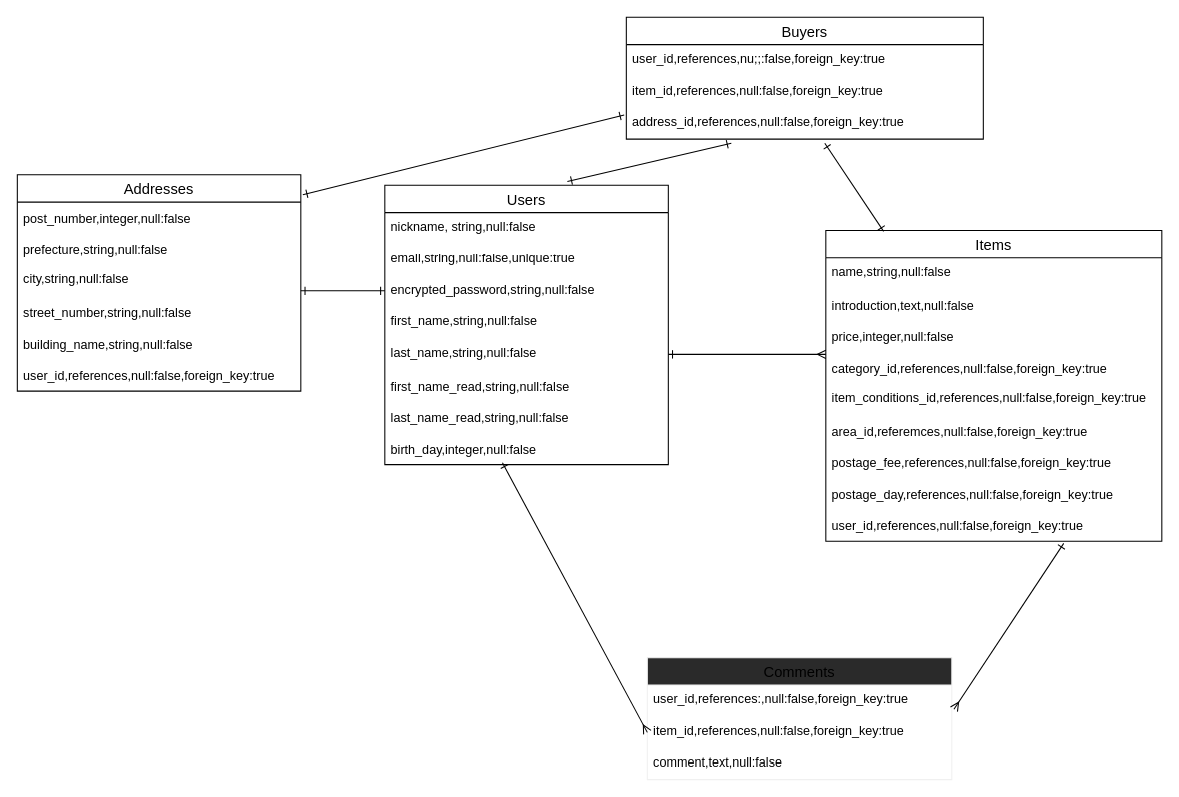
KojiDB/furima-37163 keeps this draw.io diagram as ER.dio. Above is the earlier version. Source tidied: cells renumbered, new cells numbered last; positions are measured from the earlier drawing's top-left corner, leaving out a move shared by most shapes. Both pictures are drawn from the tidied source at 105%, with x=0, y=0 at pixel (17, 17).
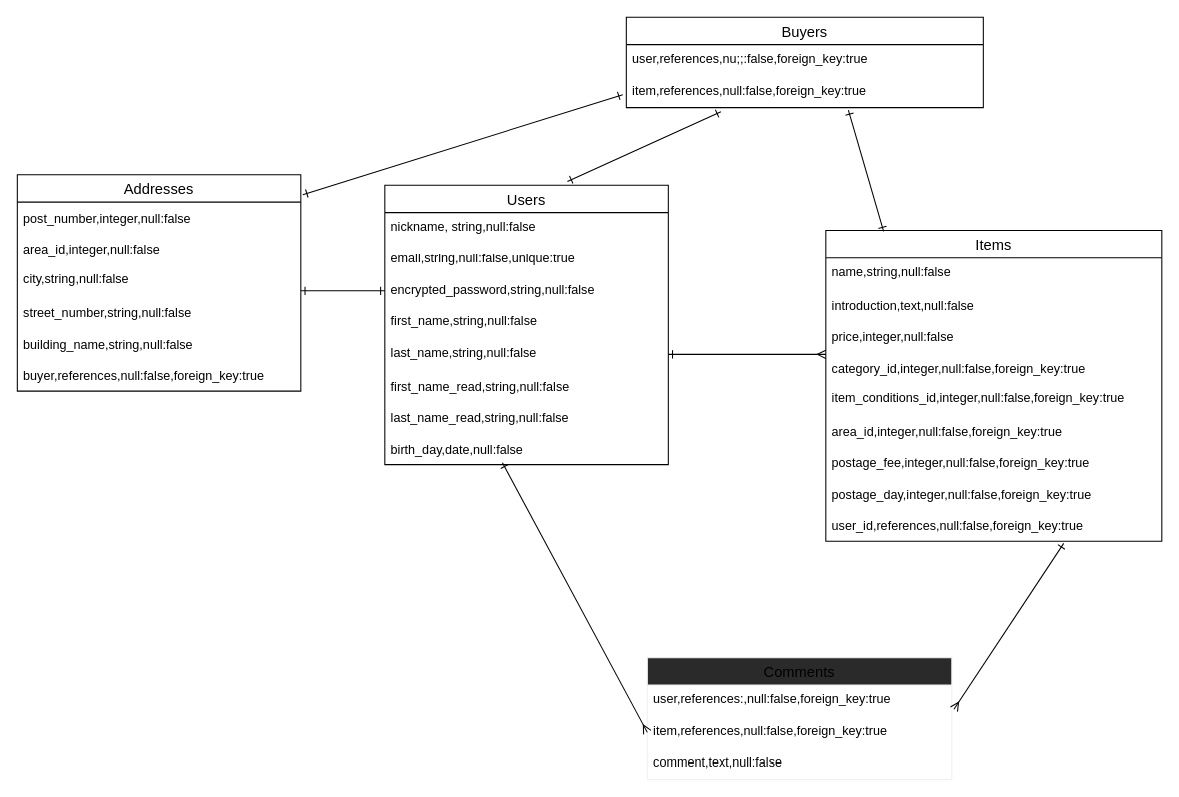
Above is the later version.

Unchanged cells that the change refers to:
```xml
<mxCell id="2" value="Users" style="swimlane;fontStyle=0;horizontal=1;startSize=26;align=center;fontSize=14;direction=east;" parent="1" vertex="1">
  <mxGeometry x="350" y="160" width="270" height="266" as="geometry" />
</mxCell>
<mxCell id="12" value="Items" style="swimlane;fontStyle=0;horizontal=1;startSize=26;align=center;fontSize=14;" parent="1" vertex="1">
  <mxGeometry x="770" y="203" width="320" height="296" as="geometry" />
</mxCell>
<mxCell id="22" value="Addresses" style="swimlane;fontStyle=0;horizontal=1;startSize=26;align=center;fontSize=14;" parent="1" vertex="1">
  <mxGeometry y="150" width="270" height="206" as="geometry" />
</mxCell>
<mxCell id="29" value="Comments" style="swimlane;fontStyle=0;horizontal=1;startSize=26;align=center;fontSize=14;strokeColor=#f0f0f0;fillColor=#2a2a2a;" parent="1" vertex="1">
  <mxGeometry x="600" y="610" width="290" height="116" as="geometry" />
</mxCell>
```

What changed in the source:
```diff
@@
-    <mxCell id="11" value="birth_day,integer,null:false" style="text;strokeColor=none;fillColor=none;spacingLeft=4;spacingRight=4;overflow=hidden;points=[[0,0.5],[1,0.5]];portConstraint=eastwest;fontSize=12;align=left;verticalAlign=middle;" parent="2" vertex="1">
+    <mxCell id="11" value="birth_day,date,null:false" style="text;strokeColor=none;fillColor=none;spacingLeft=4;spacingRight=4;overflow=hidden;points=[[0,0.5],[1,0.5]];portConstraint=eastwest;fontSize=12;align=left;verticalAlign=middle;" parent="2" vertex="1">
       <mxGeometry y="236" width="270" height="30" as="geometry" />
     </mxCell>
@@
-    <mxCell id="16" value="category_id,references,null:false,foreign_key:true" style="text;strokeColor=none;fillColor=none;spacingLeft=4;spacingRight=4;overflow=hidden;fontSize=12;align=left;verticalAlign=middle;" parent="12" vertex="1">
+    <mxCell id="16" value="category_id,integer,null:false,foreign_key:true" style="text;strokeColor=none;fillColor=none;spacingLeft=4;spacingRight=4;overflow=hidden;fontSize=12;align=left;verticalAlign=middle;" parent="12" vertex="1">
       <mxGeometry y="116" width="320" height="30" as="geometry" />
     </mxCell>
-    <mxCell id="17" value="item_conditions_id,references,null:false,foreign_key:true" style="text;strokeColor=none;fillColor=none;spacingLeft=4;spacingRight=4;overflow=hidden;fontSize=12;" parent="12" vertex="1">
+    <mxCell id="17" value="item_conditions_id,integer,null:false,foreign_key:true" style="text;strokeColor=none;fillColor=none;spacingLeft=4;spacingRight=4;overflow=hidden;fontSize=12;" parent="12" vertex="1">
       <mxGeometry y="146" width="320" height="30" as="geometry" />
     </mxCell>
-    <mxCell id="18" value="area_id,referemces,null:false,foreign_key:true" style="text;strokeColor=none;fillColor=none;spacingLeft=4;spacingRight=4;overflow=hidden;fontSize=12;align=left;verticalAlign=middle;" parent="12" vertex="1">
+    <mxCell id="18" value="area_id,integer,null:false,foreign_key:true" style="text;strokeColor=none;fillColor=none;spacingLeft=4;spacingRight=4;overflow=hidden;fontSize=12;align=left;verticalAlign=middle;" parent="12" vertex="1">
       <mxGeometry y="176" width="320" height="30" as="geometry" />
     </mxCell>
-    <mxCell id="19" value="postage_fee,references,null:false,foreign_key:true" style="text;strokeColor=none;fillColor=none;spacingLeft=4;spacingRight=4;overflow=hidden;fontSize=12;align=left;verticalAlign=middle;" parent="12" vertex="1">
+    <mxCell id="19" value="postage_fee,integer,null:false,foreign_key:true" style="text;strokeColor=none;fillColor=none;spacingLeft=4;spacingRight=4;overflow=hidden;fontSize=12;align=left;verticalAlign=middle;" parent="12" vertex="1">
       <mxGeometry y="206" width="320" height="30" as="geometry" />
     </mxCell>
-    <mxCell id="20" value="postage_day,references,null:false,foreign_key:true" style="text;strokeColor=none;fillColor=none;spacingLeft=4;spacingRight=4;overflow=hidden;fontSize=12;align=left;verticalAlign=middle;" parent="12" vertex="1">
+    <mxCell id="20" value="postage_day,integer,null:false,foreign_key:true" style="text;strokeColor=none;fillColor=none;spacingLeft=4;spacingRight=4;overflow=hidden;fontSize=12;align=left;verticalAlign=middle;" parent="12" vertex="1">
       <mxGeometry y="236" width="320" height="30" as="geometry" />
     </mxCell>
@@
-    <mxCell id="24" value="prefecture,string,null:false" style="text;strokeColor=none;fillColor=none;spacingLeft=4;spacingRight=4;overflow=hidden;fontSize=12;align=left;verticalAlign=middle;" parent="22" vertex="1">
+    <mxCell id="24" value="area_id,integer,null:false" style="text;strokeColor=none;fillColor=none;spacingLeft=4;spacingRight=4;overflow=hidden;fontSize=12;align=left;verticalAlign=middle;" parent="22" vertex="1">
       <mxGeometry y="56" width="270" height="30" as="geometry" />
     </mxCell>
@@
-    <mxCell id="28" value="user_id,references,null:false,foreign_key:true" style="text;strokeColor=none;fillColor=none;spacingLeft=4;spacingRight=4;overflow=hidden;fontSize=12;align=left;verticalAlign=middle;" parent="22" vertex="1">
+    <mxCell id="28" value="buyer,references,null:false,foreign_key:true" style="text;strokeColor=none;fillColor=none;spacingLeft=4;spacingRight=4;overflow=hidden;fontSize=12;align=left;verticalAlign=middle;" parent="22" vertex="1">
       <mxGeometry y="176" width="270" height="30" as="geometry" />
     </mxCell>
@@
-    <mxCell id="30" value="user_id,references:,null:false,foreign_key:true" style="text;strokeColor=none;fillColor=none;spacingLeft=4;spacingRight=4;overflow=hidden;points=[[0,0.5],[1,0.5]];portConstraint=eastwest;fontSize=12;" parent="29" vertex="1">
+    <mxCell id="30" value="user,references:,null:false,foreign_key:true" style="text;strokeColor=none;fillColor=none;spacingLeft=4;spacingRight=4;overflow=hidden;points=[[0,0.5],[1,0.5]];portConstraint=eastwest;fontSize=12;" parent="29" vertex="1">
       <mxGeometry y="26" width="290" height="30" as="geometry" />
     </mxCell>
-    <mxCell id="31" value="item_id,references,null:false,foreign_key:true" style="text;strokeColor=none;fillColor=none;spacingLeft=4;spacingRight=4;overflow=hidden;points=[[0,0.5],[1,0.5]];portConstraint=eastwest;fontSize=12;" parent="29" vertex="1">
+    <mxCell id="31" value="item,references,null:false,foreign_key:true" style="text;strokeColor=none;fillColor=none;spacingLeft=4;spacingRight=4;overflow=hidden;points=[[0,0.5],[1,0.5]];portConstraint=eastwest;fontSize=12;" parent="29" vertex="1">
       <mxGeometry y="56" width="290" height="30" as="geometry" />
     </mxCell>
@@
     <mxCell id="36" value="Buyers" style="swimlane;fontStyle=0;horizontal=1;startSize=26;align=center;fontSize=14;" parent="1" vertex="1">
-      <mxGeometry x="580" width="340" height="116" as="geometry" />
+      <mxGeometry x="580" width="340" height="86" as="geometry" />
     </mxCell>
-    <mxCell id="37" value="user_id,references,nu;;:false,foreign_key:true" style="text;strokeColor=none;fillColor=none;spacingLeft=4;spacingRight=4;overflow=hidden;fontSize=12;" parent="36" vertex="1">
+    <mxCell id="37" value="user,references,nu;;:false,foreign_key:true" style="text;strokeColor=none;fillColor=none;spacingLeft=4;spacingRight=4;overflow=hidden;fontSize=12;" parent="36" vertex="1">
       <mxGeometry y="26" width="340" height="30" as="geometry" />
     </mxCell>
-    <mxCell id="38" value="item_id,references,null:false,foreign_key:true" style="text;strokeColor=none;fillColor=none;spacingLeft=4;spacingRight=4;overflow=hidden;points=[[0,0.5],[1,0.5]];portConstraint=eastwest;fontSize=12;" parent="36" vertex="1">
+    <mxCell id="38" value="item,references,null:false,foreign_key:true" style="text;strokeColor=none;fillColor=none;spacingLeft=4;spacingRight=4;overflow=hidden;points=[[0,0.5],[1,0.5]];portConstraint=eastwest;fontSize=12;" parent="36" vertex="1">
       <mxGeometry y="56" width="340" height="30" as="geometry" />
     </mxCell>
-    <mxCell id="39" value="address_id,references,null:false,foreign_key:true" style="text;strokeColor=none;fillColor=none;spacingLeft=4;spacingRight=4;overflow=hidden;points=[[0,0.5],[1,0.5]];portConstraint=eastwest;fontSize=12;" parent="36" vertex="1">
-      <mxGeometry y="86" width="340" height="30" as="geometry" />
-    </mxCell>
-    <mxCell id="40" style="endArrow=ERone;html=1;rounded=0;exitX=0.644;exitY=-0.014;exitDx=0;exitDy=0;exitPerimeter=0;startArrow=ERone;startFill=0;endFill=0;" parent="1" edge="1" source="2">
-      <mxGeometry relative="1" as="geometry">
-        <mxPoint x="680" y="120" as="targetPoint" />
-      </mxGeometry>
+    <mxCell id="40" style="endArrow=ERone;html=1;rounded=0;exitX=0.644;exitY=-0.014;exitDx=0;exitDy=0;exitPerimeter=0;startArrow=ERone;startFill=0;endFill=0;entryX=0.265;entryY=1.133;entryDx=0;entryDy=0;entryPerimeter=0;" parent="1" edge="1" source="2" target="38">
+      <mxGeometry relative="1" as="geometry" />
     </mxCell>
-    <mxCell id="41" style="endArrow=ERone;html=1;rounded=0;exitX=0.556;exitY=1.133;exitDx=0;exitDy=0;exitPerimeter=0;entryX=0.172;entryY=0.003;entryDx=0;entryDy=0;entryPerimeter=0;startArrow=ERone;startFill=0;endFill=0;" parent="1" edge="1" source="39" target="12">
+    <mxCell id="41" style="endArrow=ERone;html=1;rounded=0;exitX=0.622;exitY=1.078;exitDx=0;exitDy=0;exitPerimeter=0;entryX=0.172;entryY=0.003;entryDx=0;entryDy=0;entryPerimeter=0;startArrow=ERone;startFill=0;endFill=0;" parent="1" edge="1" source="38" target="12">
       <mxGeometry relative="1" as="geometry" />
     </mxCell>
-    <mxCell id="42" style="endArrow=ERone;html=1;rounded=0;exitX=1.007;exitY=0.092;exitDx=0;exitDy=0;exitPerimeter=0;entryX=-0.006;entryY=0.233;entryDx=0;entryDy=0;entryPerimeter=0;startArrow=ERone;startFill=0;endFill=0;" parent="1" edge="1" source="22" target="39">
+    <mxCell id="42" style="endArrow=ERone;html=1;rounded=0;exitX=1.007;exitY=0.092;exitDx=0;exitDy=0;exitPerimeter=0;entryX=-0.01;entryY=0.589;entryDx=0;entryDy=0;entryPerimeter=0;startArrow=ERone;startFill=0;endFill=0;" parent="1" edge="1" source="22" target="38">
       <mxGeometry relative="1" as="geometry" />
     </mxCell>
```
